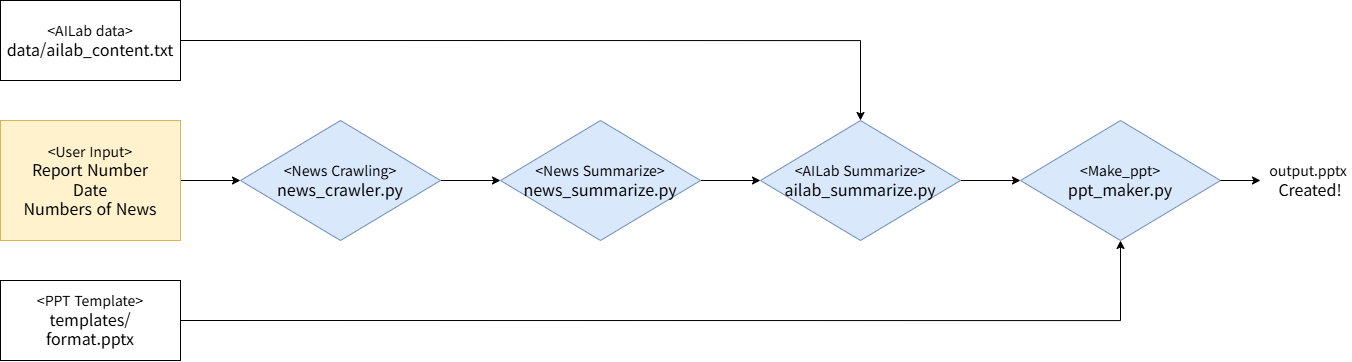
Before: data/diagram.png, a diagram exported from draw.io (esthyj/ai-weekly-report). Source tidied: cells renumbered, new cells last; positions are measured from the earlier drawing's top-left corner, leaving out a move shared by most shapes. Source of this version:
```xml
<mxGraphModel>
  <root>
    <mxCell id="0" />
    <mxCell id="1" parent="0" />
    <mxCell id="2" style="edgeStyle=orthogonalEdgeStyle;rounded=0;jettySize=auto;html=1;" parent="1" edge="1" source="3" target="5">
      <mxGeometry relative="1" as="geometry" />
    </mxCell>
    <mxCell id="3" value="&lt;font style=&quot;font-size: 14px;&quot; face=&quot;Garamond&quot;&gt;&amp;lt;User Input&amp;gt;&lt;/font&gt;&lt;div&gt;&lt;font size=&quot;3&quot; face=&quot;Garamond&quot;&gt;Report Number&lt;/font&gt;&lt;/div&gt;&lt;div&gt;&lt;font size=&quot;3&quot; face=&quot;Garamond&quot;&gt;Date&lt;/font&gt;&lt;/div&gt;&lt;div&gt;&lt;font size=&quot;3&quot; face=&quot;Garamond&quot;&gt;Numbers of News&lt;/font&gt;&lt;/div&gt;" style="rounded=0;whiteSpace=wrap;html=1;fillColor=#fff2cc;strokeColor=#d6b656;" parent="1" vertex="1">
      <mxGeometry y="120" width="180" height="120" as="geometry" />
    </mxCell>
    <mxCell id="4" style="edgeStyle=orthogonalEdgeStyle;rounded=0;jettySize=auto;html=1;exitX=1;exitY=0.5;exitDx=0;exitDy=0;entryX=0;entryY=0.5;entryDx=0;entryDy=0;" parent="1" edge="1" source="5" target="7">
      <mxGeometry relative="1" as="geometry" />
    </mxCell>
    <mxCell id="5" value="&lt;font style=&quot;font-size: 14px;&quot; face=&quot;Garamond&quot;&gt;&amp;lt;News Crawling&amp;gt;&lt;/font&gt;&lt;div&gt;&lt;font size=&quot;3&quot; face=&quot;Garamond&quot;&gt;news_crawler.py&lt;/font&gt;&lt;/div&gt;" style="rhombus;whiteSpace=wrap;html=1;fillColor=#dae8fc;strokeColor=#6c8ebf;" parent="1" vertex="1">
      <mxGeometry x="240" y="120" width="200" height="120" as="geometry" />
    </mxCell>
    <mxCell id="6" style="edgeStyle=orthogonalEdgeStyle;rounded=0;jettySize=auto;html=1;exitX=1;exitY=0.5;exitDx=0;exitDy=0;entryX=0;entryY=0.5;entryDx=0;entryDy=0;" parent="1" edge="1" source="7" target="9">
      <mxGeometry relative="1" as="geometry" />
    </mxCell>
    <mxCell id="7" value="&lt;font style=&quot;font-size: 14px;&quot; face=&quot;Garamond&quot;&gt;&amp;lt;News Summarize&amp;gt;&lt;/font&gt;&lt;div&gt;&lt;font size=&quot;3&quot; face=&quot;Garamond&quot;&gt;news_summarize.py&lt;/font&gt;&lt;/div&gt;" style="rhombus;whiteSpace=wrap;html=1;fillColor=#dae8fc;strokeColor=#6c8ebf;" parent="1" vertex="1">
      <mxGeometry x="500" y="120" width="200" height="120" as="geometry" />
    </mxCell>
    <mxCell id="8" style="edgeStyle=orthogonalEdgeStyle;rounded=0;jettySize=auto;html=1;" parent="1" edge="1" source="9" target="10">
      <mxGeometry relative="1" as="geometry" />
    </mxCell>
    <mxCell id="9" value="&lt;font style=&quot;font-size: 14px;&quot; face=&quot;Garamond&quot;&gt;&amp;lt;AILab Summarize&amp;gt;&lt;/font&gt;&lt;div&gt;&lt;font size=&quot;3&quot; face=&quot;Garamond&quot;&gt;ailab_summarize.py&lt;/font&gt;&lt;/div&gt;" style="rhombus;whiteSpace=wrap;html=1;fillColor=#dae8fc;strokeColor=#6c8ebf;" parent="1" vertex="1">
      <mxGeometry x="760" y="120" width="200" height="120" as="geometry" />
    </mxCell>
    <mxCell id="10" value="&lt;font style=&quot;font-size: 14px;&quot; face=&quot;Garamond&quot;&gt;&amp;lt;Make_ppt&amp;gt;&lt;/font&gt;&lt;div&gt;&lt;font size=&quot;3&quot; face=&quot;Garamond&quot;&gt;ppt_maker.py&lt;/font&gt;&lt;/div&gt;" style="rhombus;whiteSpace=wrap;html=1;fillColor=#dae8fc;strokeColor=#6c8ebf;" parent="1" vertex="1">
      <mxGeometry x="1020" y="120" width="200" height="120" as="geometry" />
    </mxCell>
    <mxCell id="11" style="edgeStyle=orthogonalEdgeStyle;rounded=0;jettySize=auto;html=1;exitX=1;exitY=0.5;exitDx=0;exitDy=0;entryX=0.5;entryY=1;entryDx=0;entryDy=0;" parent="1" edge="1" source="12" target="10">
      <mxGeometry relative="1" as="geometry" />
    </mxCell>
    <mxCell id="12" value="&lt;font style=&quot;font-size: 14px;&quot; face=&quot;Garamond&quot;&gt;&amp;lt;PPT Template&amp;gt;&lt;/font&gt;&lt;div&gt;&lt;font size=&quot;3&quot; face=&quot;Garamond&quot;&gt;templates/&lt;/font&gt;&lt;/div&gt;&lt;div&gt;&lt;font size=&quot;3&quot; face=&quot;Garamond&quot;&gt;format.pptx&lt;/font&gt;&lt;/div&gt;" style="rounded=0;whiteSpace=wrap;html=1;" parent="1" vertex="1">
      <mxGeometry y="280" width="180" height="80" as="geometry" />
    </mxCell>
    <mxCell id="13" style="edgeStyle=orthogonalEdgeStyle;rounded=0;jettySize=auto;html=1;exitX=1;exitY=0.5;exitDx=0;exitDy=0;entryX=0.5;entryY=0;entryDx=0;entryDy=0;" parent="1" edge="1" source="14" target="9">
      <mxGeometry relative="1" as="geometry" />
    </mxCell>
    <mxCell id="14" value="&lt;font style=&quot;font-size: 14px;&quot; face=&quot;Garamond&quot;&gt;&amp;lt;AILab data&amp;gt;&lt;/font&gt;&lt;div&gt;&lt;font size=&quot;3&quot; face=&quot;Garamond&quot;&gt;data/ailab_content.txt&lt;/font&gt;&lt;/div&gt;" style="rounded=0;whiteSpace=wrap;html=1;" parent="1" vertex="1">
      <mxGeometry width="180" height="80" as="geometry" />
    </mxCell>
    <mxCell id="15" value="&lt;font style=&quot;font-size: 14px;&quot; face=&quot;Garamond&quot;&gt;output.pptx&amp;nbsp;&lt;/font&gt;&lt;div&gt;&lt;font style=&quot;&quot; face=&quot;Garamond&quot; size=&quot;3&quot;&gt;Created!&lt;/font&gt;&lt;/div&gt;" style="text;html=1;whiteSpace=wrap;strokeColor=none;fillColor=none;align=center;verticalAlign=middle;rounded=0;" parent="1" vertex="1">
      <mxGeometry x="1280" y="165" width="60" height="30" as="geometry" />
    </mxCell>
    <mxCell id="16" style="endArrow=classic;html=1;rounded=0;" parent="1" edge="1">
      <mxGeometry relative="1" as="geometry">
        <mxPoint x="1220" y="180" as="sourcePoint" />
        <mxPoint x="1260" y="180" as="targetPoint" />
      </mxGeometry>
    </mxCell>
  </root>
</mxGraphModel>
```
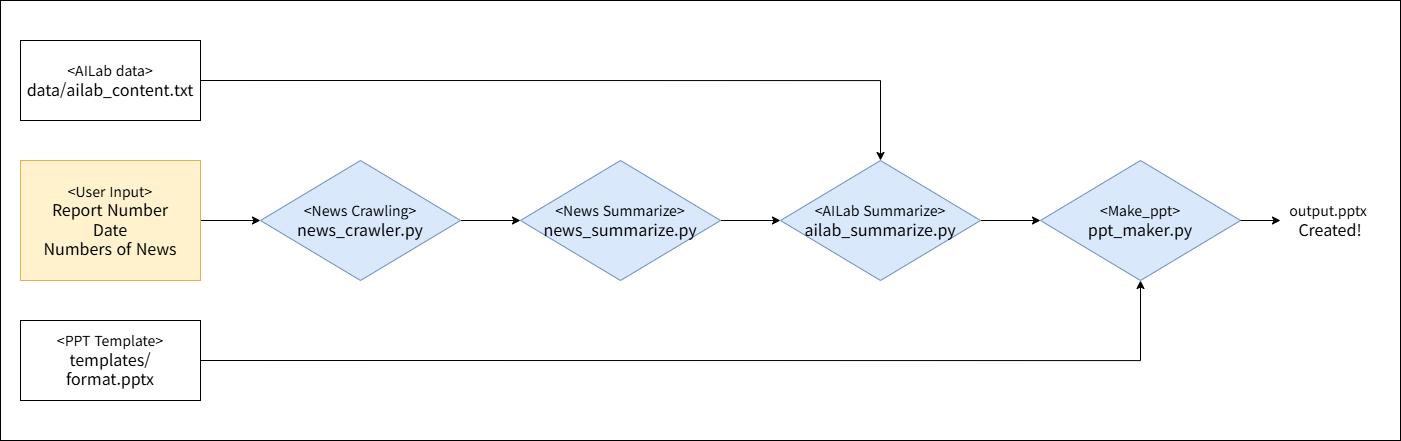
Later version of the same file.

Diff of the diagram source:
```diff
@@ -50,5 +50,8 @@
         <mxPoint x="1260" y="180" as="targetPoint" />
       </mxGeometry>
     </mxCell>
+    <mxCell id="17" style="rounded=0;whiteSpace=wrap;html=1;fillColor=none;" parent="1" vertex="1">
+      <mxGeometry x="-20" y="-40" width="1400" height="440" as="geometry" />
+    </mxCell>
   </root>
 </mxGraphModel>
```
